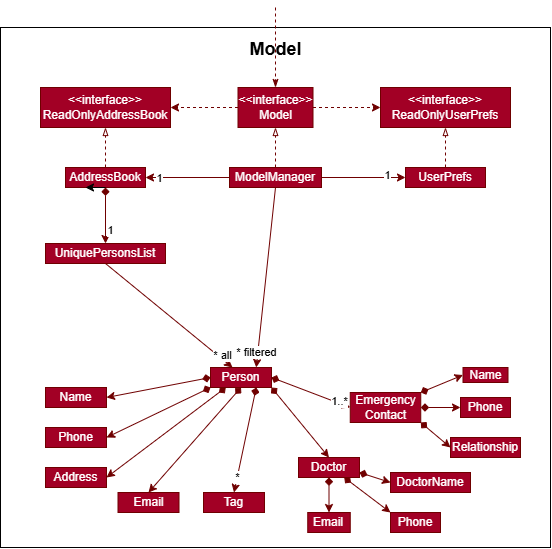
Above: docs/images/ModelClassDiagram.png in nus-cs2103-AY2425S1/tp (PlantUML), before the change. Its source is kept beside it as docs/diagrams/ModelClassDiagram.puml.
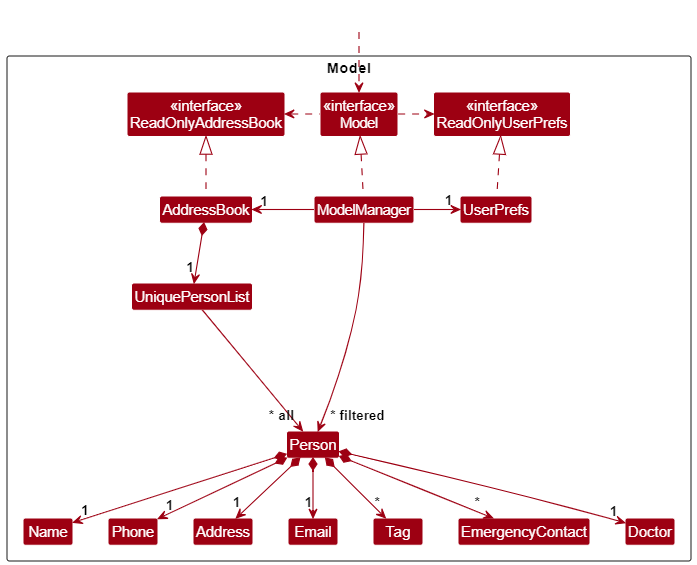
The same file after the commit.

The edit, as a diff of the source:
```diff
@@ -20,6 +20,7 @@
 Class Phone
 Class Tag
 Class EmergencyContact
+Class Doctor
 
 Class I #FFFFFF
 }
@@ -38,12 +39,13 @@
 
 AddressBook *--> "1" UniquePersonList
 UniquePersonList --> "~* all" Person
-Person *--> Name
-Person *--> Phone
-Person *--> Email
-Person *--> Address
+Person *--> "1" Name
+Person *--> "1" Phone
+Person *--> "1" Email
+Person *--> "1" Address
 Person *--> "*" EmergencyContact
 Person *--> "*" Tag
+Person *--> "1" Doctor
 
 Person -[hidden]up--> I
 UniquePersonList -[hidden]right-> I
```
